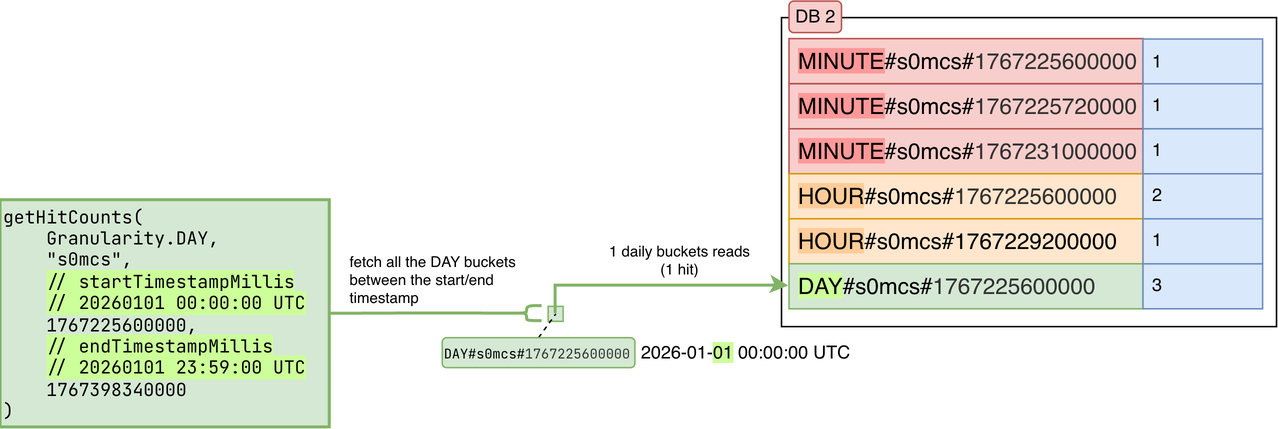
This is course-material/assets/module5/images/dailyfetch.png from SonahLab/twitch-chat-hit-counter, a draw.io export, as it was before one commit. Source tidied: cells renumbered, new cells last; positions are measured from the earlier drawing's top-left corner, leaving out a move shared by most shapes.
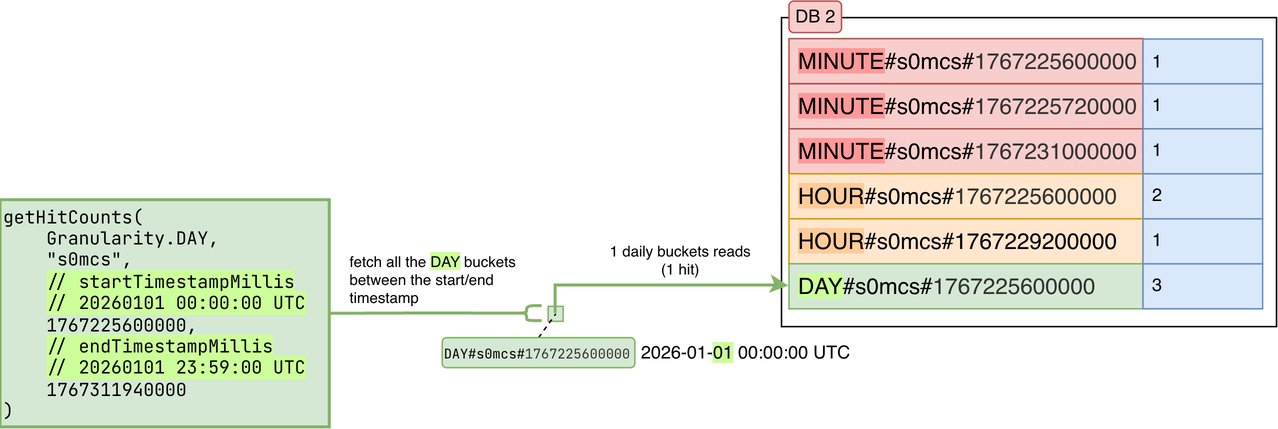
The same file after the commit.

Diff of the diagram source:
```diff
@@ -2,7 +2,7 @@
   <root>
     <mxCell id="0" />
     <mxCell id="1" parent="0" />
-    <mxCell id="2" value="&lt;font face=&quot;JetBrains Mono&quot;&gt;getHitCounts(&lt;/font&gt;&lt;div&gt;&lt;font face=&quot;JetBrains Mono&quot;&gt;&amp;nbsp; &amp;nbsp; &lt;span&gt;Granularity.DAY&lt;/span&gt;,&lt;/font&gt;&lt;/div&gt;&lt;div&gt;&lt;font face=&quot;JetBrains Mono&quot;&gt;&amp;nbsp; &amp;nbsp; &quot;s0mcs&quot;,&lt;/font&gt;&lt;/div&gt;&lt;div&gt;&lt;font face=&quot;JetBrains Mono&quot;&gt;&amp;nbsp; &amp;nbsp; &lt;span style=&quot;background-color: rgb(204, 255, 153);&quot;&gt;// startTimestampMillis&lt;/span&gt;&lt;/font&gt;&lt;/div&gt;&lt;div&gt;&amp;nbsp; &amp;nbsp; &lt;span style=&quot;background-color: rgb(204, 255, 153);&quot;&gt;// 20260101 00:00:00 UTC&lt;/span&gt;&lt;/div&gt;&lt;div&gt;&lt;font face=&quot;JetBrains Mono&quot;&gt;&amp;nbsp; &amp;nbsp; 1767225600000,&lt;/font&gt;&lt;/div&gt;&lt;div&gt;&lt;font face=&quot;JetBrains Mono&quot;&gt;&amp;nbsp; &amp;nbsp; &lt;span style=&quot;background-color: rgb(204, 255, 153);&quot;&gt;// endTimestampMillis&lt;/span&gt;&lt;/font&gt;&lt;/div&gt;&lt;div&gt;&amp;nbsp; &amp;nbsp; &lt;span style=&quot;background-color: rgb(204, 255, 153);&quot;&gt;// 20260101 23:59:00 UTC&lt;/span&gt;&lt;/div&gt;&lt;div&gt;&lt;font face=&quot;JetBrains Mono&quot;&gt;&amp;nbsp; &amp;nbsp;&amp;nbsp;&lt;/font&gt;&lt;span style=&quot;background-color: transparent; color: light-dark(rgb(0, 0, 0), rgb(255, 255, 255));&quot;&gt;1767398340000&lt;/span&gt;&lt;/div&gt;&lt;div&gt;&lt;font face=&quot;JetBrains Mono&quot;&gt;)&lt;/font&gt;&lt;/div&gt;" style="rounded=0;whiteSpace=wrap;html=1;align=left;fontFamily=JetBrains Mono;fontSource=https%3A%2F%2Ffonts.googleapis.com%2Fcss%3Ffamily%3DJetBrains%2BMono;fillColor=#d5e8d4;strokeColor=#82b366;strokeWidth=2;" parent="1" vertex="1">
+    <mxCell id="2" value="&lt;font face=&quot;JetBrains Mono&quot;&gt;getHitCounts(&lt;/font&gt;&lt;div&gt;&lt;font face=&quot;JetBrains Mono&quot;&gt;&amp;nbsp; &amp;nbsp; &lt;span&gt;Granularity.DAY&lt;/span&gt;,&lt;/font&gt;&lt;/div&gt;&lt;div&gt;&lt;font face=&quot;JetBrains Mono&quot;&gt;&amp;nbsp; &amp;nbsp; &quot;s0mcs&quot;,&lt;/font&gt;&lt;/div&gt;&lt;div&gt;&lt;font face=&quot;JetBrains Mono&quot;&gt;&amp;nbsp; &amp;nbsp; &lt;span style=&quot;background-color: rgb(204, 255, 153);&quot;&gt;// startTimestampMillis&lt;/span&gt;&lt;/font&gt;&lt;/div&gt;&lt;div&gt;&amp;nbsp; &amp;nbsp; &lt;span style=&quot;background-color: rgb(204, 255, 153);&quot;&gt;// 20260101 00:00:00 UTC&lt;/span&gt;&lt;/div&gt;&lt;div&gt;&lt;font face=&quot;JetBrains Mono&quot;&gt;&amp;nbsp; &amp;nbsp; 1767225600000,&lt;/font&gt;&lt;/div&gt;&lt;div&gt;&lt;font face=&quot;JetBrains Mono&quot;&gt;&amp;nbsp; &amp;nbsp; &lt;span style=&quot;background-color: rgb(204, 255, 153);&quot;&gt;// endTimestampMillis&lt;/span&gt;&lt;/font&gt;&lt;/div&gt;&lt;div&gt;&amp;nbsp; &amp;nbsp; &lt;span style=&quot;background-color: rgb(204, 255, 153);&quot;&gt;// 20260101 23:59:00 UTC&lt;/span&gt;&lt;/div&gt;&lt;div&gt;&lt;font face=&quot;JetBrains Mono&quot;&gt;&amp;nbsp; &amp;nbsp;&amp;nbsp;&lt;/font&gt;&lt;span style=&quot;background-color: transparent;&quot;&gt;1767311940000&lt;/span&gt;&lt;/div&gt;&lt;div&gt;&lt;font face=&quot;JetBrains Mono&quot;&gt;)&lt;/font&gt;&lt;/div&gt;" style="rounded=0;whiteSpace=wrap;html=1;align=left;fontFamily=JetBrains Mono;fontSource=https%3A%2F%2Ffonts.googleapis.com%2Fcss%3Ffamily%3DJetBrains%2BMono;fillColor=#d5e8d4;strokeColor=#82b366;strokeWidth=2;" parent="1" vertex="1">
       <mxGeometry y="133.1" width="219.5" height="151.5" as="geometry" />
     </mxCell>
     <mxCell id="3" style="rounded=0;whiteSpace=wrap;html=1;fillColor=#d5e8d4;strokeColor=#82b366;" parent="1" vertex="1">
@@ -17,7 +17,7 @@
     <mxCell id="6" style="shape=curlyBracket;whiteSpace=wrap;html=1;rounded=1;labelPosition=left;verticalLabelPosition=middle;align=right;verticalAlign=middle;fillColor=#d5e8d4;strokeColor=#82b366;strokeWidth=2;" parent="1" vertex="1">
       <mxGeometry x="341.1" y="203.7" width="20" height="10" as="geometry" />
     </mxCell>
-    <mxCell id="7" value="&lt;span style=&quot;color: rgb(0, 0, 0); font-family: Helvetica; font-style: normal; font-variant-ligatures: normal; font-variant-caps: normal; font-weight: 400; letter-spacing: normal; orphans: 2; text-align: center; text-indent: 0px; text-transform: none; widows: 2; word-spacing: 0px; -webkit-text-stroke-width: 0px; white-space: normal; text-decoration-thickness: initial; text-decoration-style: initial; text-decoration-color: initial; float: none; display: inline !important;&quot;&gt;fetch all the DAY buckets between the start/end timestamp&lt;/span&gt;" style="text;whiteSpace=wrap;html=1;fontSize=10;" parent="1" vertex="1">
+    <mxCell id="7" value="&lt;span style=&quot;color: rgb(0, 0, 0); font-family: Helvetica; font-style: normal; font-variant-ligatures: normal; font-variant-caps: normal; font-weight: 400; letter-spacing: normal; orphans: 2; text-align: center; text-indent: 0px; text-transform: none; widows: 2; word-spacing: 0px; -webkit-text-stroke-width: 0px; white-space: normal; text-decoration-thickness: initial; text-decoration-style: initial; text-decoration-color: initial; float: none; display: inline !important;&quot;&gt;fetch all the &lt;span style=&quot;background-color: rgb(204, 255, 153);&quot;&gt;DAY&lt;/span&gt; buckets between the start/end timestamp&lt;/span&gt;" style="text;whiteSpace=wrap;html=1;fontSize=10;" parent="1" vertex="1">
       <mxGeometry x="231.1" y="160.8" width="130" height="40" as="geometry" />
     </mxCell>
     <mxCell id="8" value="2026-01-&lt;span style=&quot;background-color: rgb(204, 255, 153);&quot;&gt;01&lt;/span&gt; &lt;span&gt;00&lt;/span&gt;:&lt;span&gt;00&lt;/span&gt;:00 UTC" style="text;html=1;whiteSpace=wrap;strokeColor=none;fillColor=none;align=center;verticalAlign=middle;rounded=0;" parent="1" vertex="1">
```
